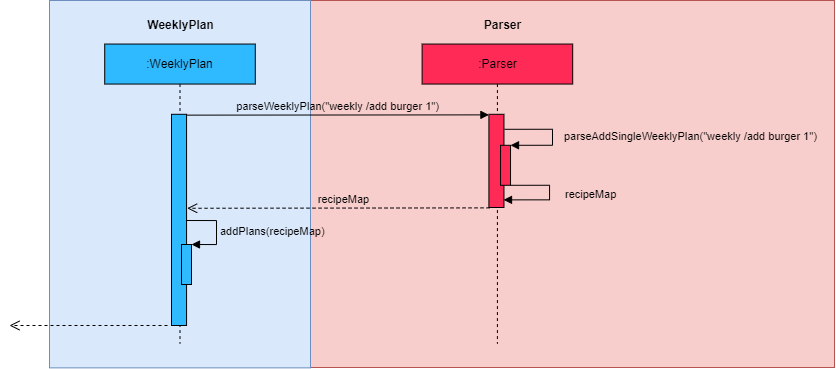
Above: docs/UML/WeeklyPlan/AddWeeklyPlanUML.png in nus-cs2113-AY2223S2/tp (draw.io), before the change. Source tidied: cells renumbered, new cells last; positions are measured from the earlier drawing's top-left corner, leaving out a move shared by most shapes. Its diagram source:
```xml
<mxGraphModel>
  <root>
    <mxCell id="0" />
    <mxCell id="1" parent="0" />
    <mxCell id="2" style="group;" parent="1" vertex="1">
      <mxGeometry width="825" height="367.4" as="geometry" />
    </mxCell>
    <mxCell id="3" style="html=1;fillColor=#f8cecc;strokeColor=#b85450;" parent="2" vertex="1">
      <mxGeometry x="301" width="524" height="367" as="geometry" />
    </mxCell>
    <mxCell id="4" style="html=1;fillColor=#dae8fc;strokeColor=#6c8ebf;" parent="2" vertex="1">
      <mxGeometry x="40" width="261" height="367.4" as="geometry" />
    </mxCell>
    <mxCell id="5" value="&lt;b&gt;Parser&lt;/b&gt;" style="text;html=1;align=center;verticalAlign=middle;strokeColor=none;fillColor=none;" parent="2" vertex="1">
      <mxGeometry x="465.5" y="12" width="55" height="26" as="geometry" />
    </mxCell>
    <mxCell id="6" value="&lt;b&gt;WeeklyPlan&lt;/b&gt;" style="text;html=1;align=center;verticalAlign=middle;strokeColor=none;fillColor=none;" parent="2" vertex="1">
      <mxGeometry x="128.5" y="12" width="84" height="26" as="geometry" />
    </mxCell>
    <mxCell id="7" value=":Parser" style="shape=umlLifeline;perimeter=lifelinePerimeter;whiteSpace=wrap;html=1;fillColor=#FF2B56;" parent="2" vertex="1">
      <mxGeometry x="412.6" y="43.6" width="150.6" height="299.4" as="geometry" />
    </mxCell>
    <mxCell id="8" value=":WeeklyPlan" style="shape=umlLifeline;perimeter=lifelinePerimeter;whiteSpace=wrap;html=1;fillColor=#2FB9FE;fillStyle=auto;" parent="2" vertex="1">
      <mxGeometry x="95.2" y="43.6" width="150.6" height="299.4" as="geometry" />
    </mxCell>
    <mxCell id="9" style="html=1;perimeter=orthogonalPerimeter;fillColor=#FF2B56;" parent="2" vertex="1">
      <mxGeometry x="479.4" y="113.8" width="15.1" height="93.2" as="geometry" />
    </mxCell>
    <mxCell id="10" style="html=1;points=[];perimeter=orthogonalPerimeter;fillColor=#FF2B56;" parent="2" vertex="1">
      <mxGeometry x="491" y="144.8" width="10" height="40" as="geometry" />
    </mxCell>
    <mxCell id="11" value="parseAddSingleWeeklyPlan(&amp;quot;weekly /add burger 1&amp;quot;)" style="edgeStyle=orthogonalEdgeStyle;align=left;spacingLeft=2;endArrow=block;rounded=0;entryX=1;entryY=0;labelBackgroundColor=none;html=1;labelBorderColor=none;" parent="2" edge="1" target="10">
      <mxGeometry x="0.04" y="8" relative="1" as="geometry">
        <mxPoint x="495" y="128.8" as="sourcePoint" />
        <Array as="points">
          <mxPoint x="543" y="128.8" />
          <mxPoint x="543" y="144.8" />
        </Array>
      </mxGeometry>
    </mxCell>
    <mxCell id="12" value="recipeMap" style="html=1;verticalAlign=middle;endArrow=block;rounded=0;edgeStyle=orthogonalEdgeStyle;labelBackgroundColor=none;align=left;" parent="2" edge="1">
      <mxGeometry x="-0.03" y="14" relative="1" as="geometry">
        <mxPoint x="501" y="184.8" as="sourcePoint" />
        <mxPoint x="494" y="199.4" as="targetPoint" />
        <Array as="points">
          <mxPoint x="540" y="184.8" />
          <mxPoint x="540" y="199.8" />
        </Array>
      </mxGeometry>
    </mxCell>
    <mxCell id="13" value="parseWeeklyPlan(&quot;weekly /add burger 1&quot;)" style="html=1;verticalAlign=bottom;endArrow=block;rounded=0;strokeColor=default;labelBackgroundColor=none;exitX=1.016;exitY=0.004;exitDx=0;exitDy=0;exitPerimeter=0;" parent="2" edge="1" source="15">
      <mxGeometry relative="1" as="geometry">
        <mxPoint x="479.4" y="114.4" as="targetPoint" />
      </mxGeometry>
    </mxCell>
    <mxCell id="14" value="recipeMap" style="html=1;verticalAlign=bottom;endArrow=open;dashed=1;endSize=8;rounded=0;labelBackgroundColor=none;strokeColor=default;entryX=1.04;entryY=0.445;entryDx=0;entryDy=0;entryPerimeter=0;" parent="2" edge="1" target="15">
      <mxGeometry x="-0.03" relative="1" as="geometry">
        <mxPoint x="480" y="207.4" as="sourcePoint" />
      </mxGeometry>
    </mxCell>
    <mxCell id="15" style="html=1;points=[];perimeter=orthogonalPerimeter;fillColor=#2FB9FE;" parent="2" vertex="1">
      <mxGeometry x="162" y="113.8" width="15.1" height="211.2" as="geometry" />
    </mxCell>
    <mxCell id="16" style="html=1;points=[];perimeter=orthogonalPerimeter;fillColor=#2FB9FE;" parent="2" vertex="1">
      <mxGeometry x="172" y="244" width="10" height="40" as="geometry" />
    </mxCell>
    <mxCell id="17" value="addPlans(recipeMap)" style="edgeStyle=orthogonalEdgeStyle;html=1;align=left;spacingLeft=2;endArrow=block;rounded=0;entryX=1;entryY=0;labelBackgroundColor=none;strokeColor=default;" parent="2" edge="1" target="16">
      <mxGeometry x="0.04" relative="1" as="geometry">
        <mxPoint x="177" y="220" as="sourcePoint" />
        <Array as="points">
          <mxPoint x="207" y="220" />
        </Array>
      </mxGeometry>
    </mxCell>
    <mxCell id="18" style="html=1;verticalAlign=bottom;endArrow=open;dashed=1;endSize=8;rounded=0;labelBackgroundColor=none;strokeColor=default;" parent="2" edge="1">
      <mxGeometry relative="1" as="geometry">
        <mxPoint x="158" y="325" as="sourcePoint" />
        <mxPoint y="325" as="targetPoint" />
      </mxGeometry>
    </mxCell>
  </root>
</mxGraphModel>
```
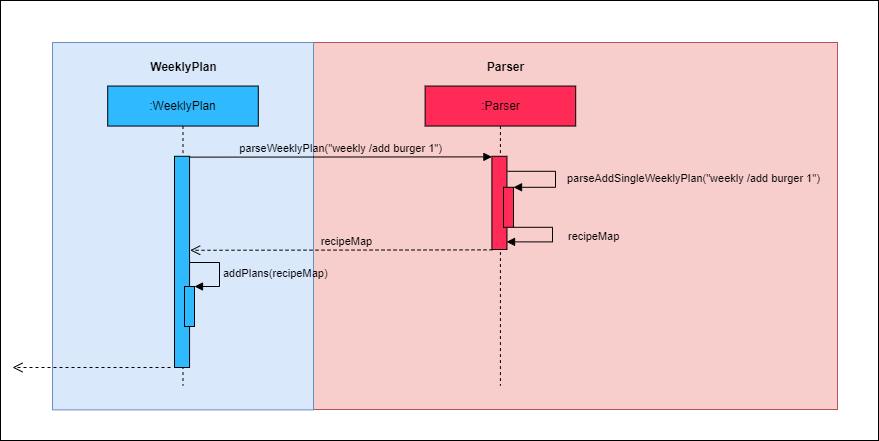
Above is the later version.

The edit, as a diff of the source:
```diff
@@ -2,6 +2,9 @@
   <root>
     <mxCell id="0" />
     <mxCell id="1" parent="0" />
+    <mxCell id="19" style="rounded=0;whiteSpace=wrap;html=1;" parent="1" vertex="1">
+      <mxGeometry x="-12" y="-42" width="878" height="440" as="geometry" />
+    </mxCell>
     <mxCell id="2" style="group;" parent="1" vertex="1">
       <mxGeometry width="825" height="367.4" as="geometry" />
     </mxCell>
```
